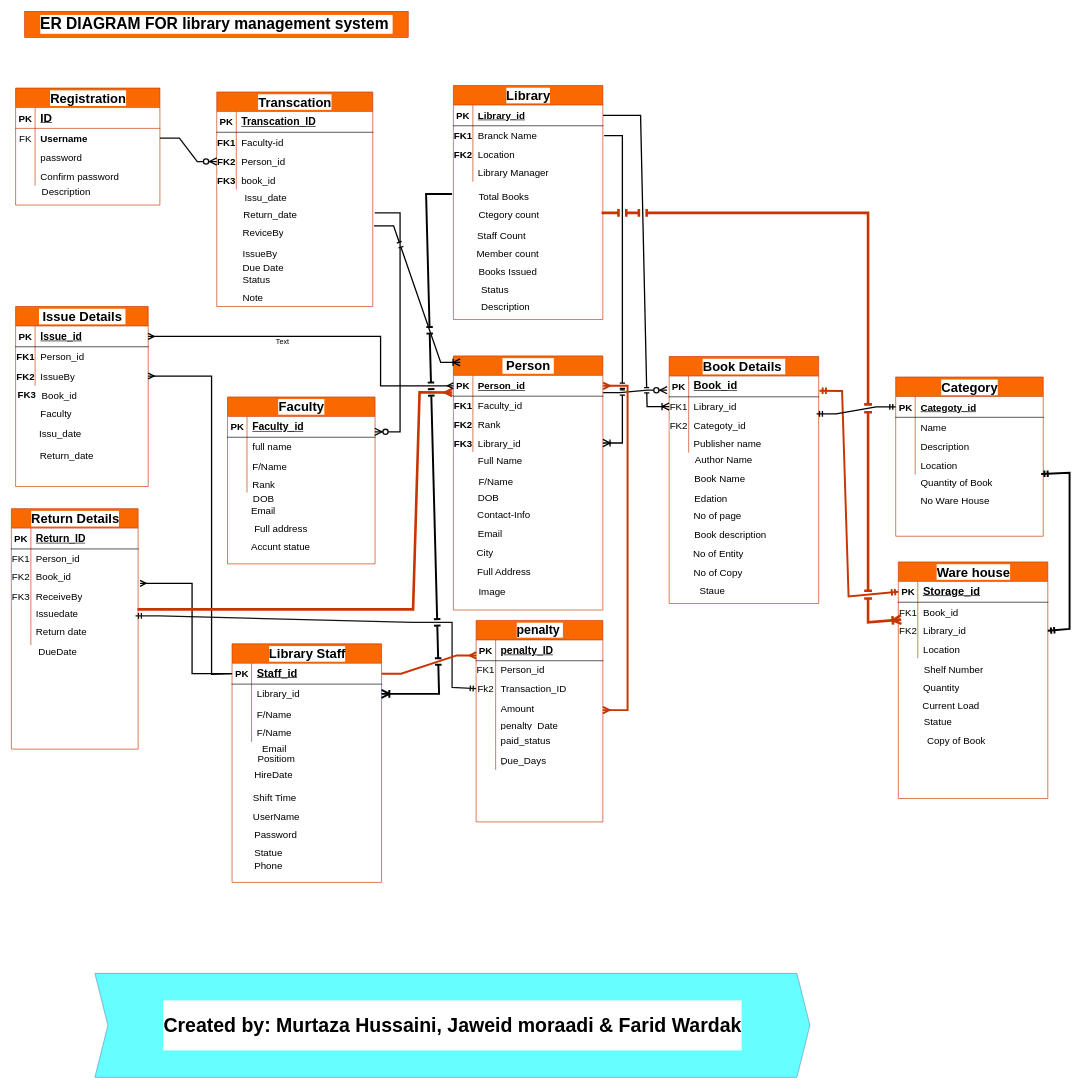
This is ER-Diagram-Library-management-System.drawio from hussaini021/Library_management, a draw.io file, before an edit. Source tidied: cells renumbered, new cells numbered last; positions are measured from the earlier drawing's top-left corner, leaving out a move shared by most shapes. Both pictures are drawn from the tidied source at 65%, with x=0, y=0 at pixel (11, 11).
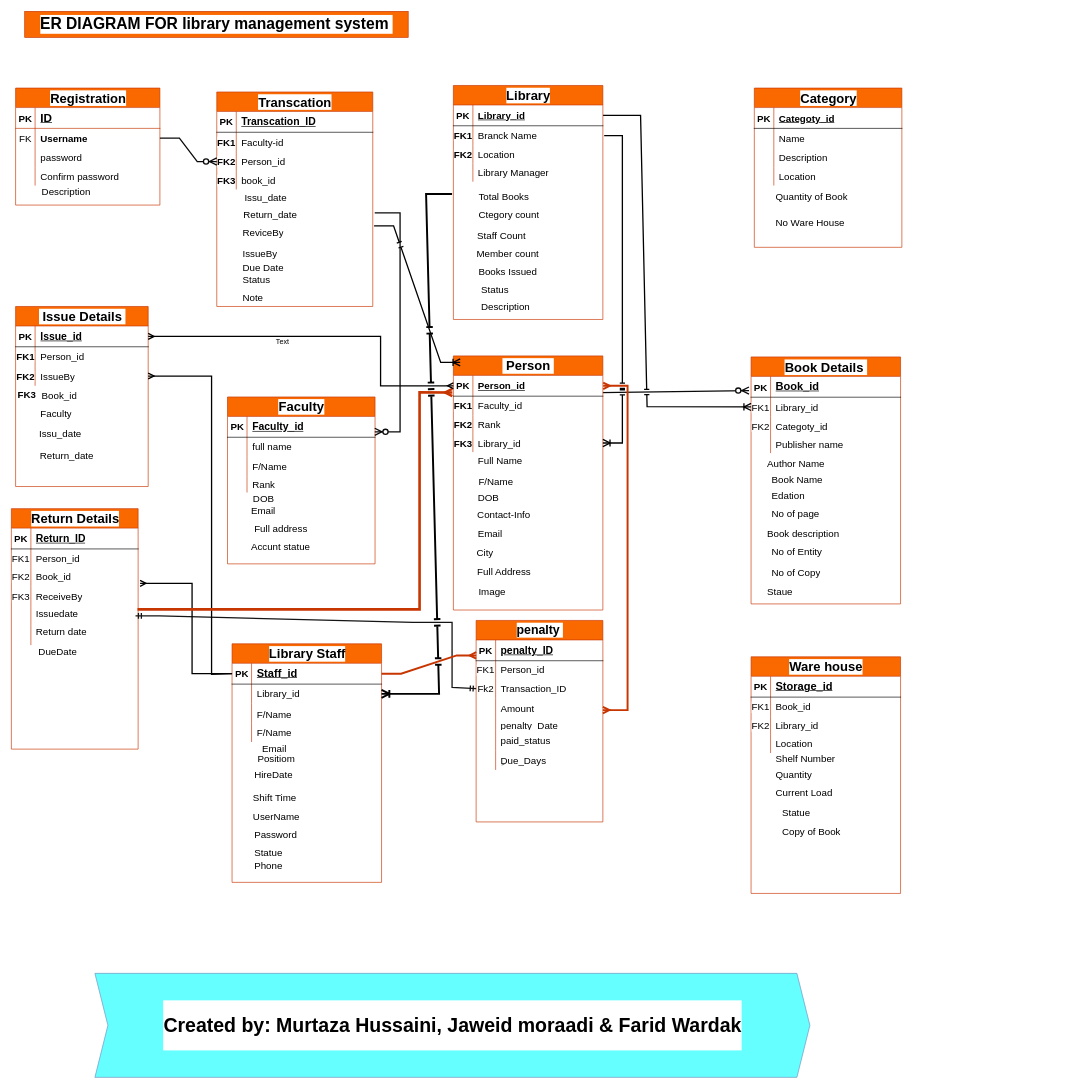
The same page after the edit.

The change refers to these unchanged cells:
```xml
<mxCell id="87" style="shape=tableRow;horizontal=0;startSize=0;swimlaneHead=0;swimlaneBody=0;fillColor=none;points=[[0,0.5],[1,0.5]];portConstraint=eastwest;top=0;left=0;right=0;bottom=1;labelBackgroundColor=#FFFFFF;fontSize=15;" parent="86" vertex="1">
  <mxGeometry y="30" width="230" height="32" as="geometry" />
</mxCell>
<mxCell id="106" style="shape=tableRow;horizontal=0;startSize=0;swimlaneHead=0;swimlaneBody=0;fillColor=none;points=[[0,0.5],[1,0.5]];portConstraint=eastwest;top=0;left=0;right=0;bottom=1;labelBackgroundColor=#FFFFFF;fontSize=15;" parent="105" vertex="1">
  <mxGeometry y="30" width="230" height="32" as="geometry" />
</mxCell>
<mxCell id="109" style="shape=tableRow;horizontal=0;startSize=0;swimlaneHead=0;swimlaneBody=0;fillColor=none;points=[[0,0.5],[1,0.5]];portConstraint=eastwest;top=0;left=0;right=0;bottom=0;labelBackgroundColor=#FFFFFF;fontSize=15;" parent="105" vertex="1">
  <mxGeometry y="62" width="230" height="30" as="geometry" />
</mxCell>
<mxCell id="153" style="shape=tableRow;horizontal=0;startSize=0;swimlaneHead=0;swimlaneBody=0;fillColor=none;points=[[0,0.5],[1,0.5]];portConstraint=eastwest;top=0;left=0;right=0;bottom=1;labelBackgroundColor=#FFFFFF;fontSize=15;" parent="152" vertex="1">
  <mxGeometry y="30" width="230" height="32" as="geometry" />
</mxCell>
<mxCell id="156" style="shape=tableRow;horizontal=0;startSize=0;swimlaneHead=0;swimlaneBody=0;fillColor=none;points=[[0,0.5],[1,0.5]];portConstraint=eastwest;top=0;left=0;right=0;bottom=0;labelBackgroundColor=#FFFFFF;fontSize=15;" parent="152" vertex="1">
  <mxGeometry y="62" width="230" height="30" as="geometry" />
</mxCell>
<mxCell id="159" style="shape=tableRow;horizontal=0;startSize=0;swimlaneHead=0;swimlaneBody=0;fillColor=none;points=[[0,0.5],[1,0.5]];portConstraint=eastwest;top=0;left=0;right=0;bottom=0;labelBackgroundColor=#FFFFFF;fontSize=15;" parent="152" vertex="1">
  <mxGeometry y="92" width="230" height="28" as="geometry" />
</mxCell>
<mxCell id="207" style="shape=tableRow;horizontal=0;startSize=0;swimlaneHead=0;swimlaneBody=0;fillColor=none;points=[[0,0.5],[1,0.5]];portConstraint=eastwest;top=0;left=0;right=0;bottom=1;labelBackgroundColor=#FFFFFF;swimlaneFillColor=default;strokeColor=default;fontSize=15;" parent="206" vertex="1">
  <mxGeometry y="30" width="227" height="32" as="geometry" />
</mxCell>
<mxCell id="216" style="shape=tableRow;horizontal=0;startSize=0;swimlaneHead=0;swimlaneBody=0;fillColor=none;points=[[0,0.5],[1,0.5]];portConstraint=eastwest;top=0;left=0;right=0;bottom=0;labelBackgroundColor=#FFFFFF;swimlaneFillColor=default;strokeColor=default;fontSize=15;" parent="206" vertex="1">
  <mxGeometry y="122" width="227" height="28" as="geometry" />
</mxCell>
```

What changed in the source:
```diff
@@
     <mxCell id="105" value="&lt;font style=&quot;font-size: 20px;&quot;&gt;Book Details&amp;nbsp;&lt;/font&gt;" style="shape=table;startSize=30;childLayout=tableLayout;rowLines=0;fontStyle=1;align=center;html=1;labelBackgroundColor=#FFFFFF;swimlaneFillColor=default;fontSize=15;fillColor=#fa6800;fontColor=#000000;strokeColor=#C73500;" parent="1" vertex="1">
-      <mxGeometry x="1012" y="531" width="230" height="380" as="geometry" />
+      <mxGeometry x="1138" y="531.6" width="230" height="380" as="geometry" />
     </mxCell>
@@
     <mxCell id="118" value="No of page" style="shape=partialRectangle;fillColor=none;top=0;left=0;bottom=0;right=0;align=left;spacingLeft=6;overflow=hidden;whiteSpace=wrap;html=1;labelBackgroundColor=#FFFFFF;fontSize=15;" parent="1" vertex="1">
-      <mxGeometry x="1042" y="761" width="178" height="28" as="geometry" />
+      <mxGeometry x="1161.5" y="759" width="178" height="28" as="geometry" />
     </mxCell>
     <mxCell id="119" value="Book description" style="shape=partialRectangle;fillColor=none;top=0;left=0;bottom=0;right=0;align=left;spacingLeft=6;overflow=hidden;whiteSpace=wrap;html=1;labelBackgroundColor=#FFFFFF;fontSize=15;" parent="1" vertex="1">
-      <mxGeometry x="1043" y="790" width="178" height="28" as="geometry" />
+      <mxGeometry x="1154.5" y="789" width="178" height="28" as="geometry" />
     </mxCell>
     <mxCell id="120" value="Edation" style="shape=partialRectangle;fillColor=none;top=0;left=0;bottom=0;right=0;align=left;spacingLeft=6;overflow=hidden;whiteSpace=wrap;html=1;labelBackgroundColor=#FFFFFF;fontSize=15;" parent="1" vertex="1">
-      <mxGeometry x="1043" y="735" width="239" height="28" as="geometry" />
+      <mxGeometry x="1161.5" y="731" width="239" height="28" as="geometry" />
     </mxCell>
     <mxCell id="121" value="No of Entity" style="shape=partialRectangle;fillColor=none;top=0;left=0;bottom=0;right=0;align=left;spacingLeft=6;overflow=hidden;whiteSpace=wrap;html=1;labelBackgroundColor=#FFFFFF;fontSize=15;" parent="1" vertex="1">
-      <mxGeometry x="1041" y="820" width="178" height="28" as="geometry" />
+      <mxGeometry x="1161.5" y="817" width="178" height="28" as="geometry" />
     </mxCell>
     <mxCell id="122" value="No of Copy" style="shape=partialRectangle;fillColor=none;top=0;left=0;bottom=0;right=0;align=left;spacingLeft=6;overflow=hidden;whiteSpace=wrap;html=1;labelBackgroundColor=#FFFFFF;fontSize=15;" parent="1" vertex="1">
-      <mxGeometry x="1042" y="849" width="178" height="28" as="geometry" />
+      <mxGeometry x="1161.5" y="849" width="178" height="28" as="geometry" />
     </mxCell>
     <mxCell id="123" value="Staue" style="shape=partialRectangle;fillColor=none;top=0;left=0;bottom=0;right=0;align=left;spacingLeft=6;overflow=hidden;whiteSpace=wrap;html=1;labelBackgroundColor=#FFFFFF;fontSize=15;" parent="1" vertex="1">
-      <mxGeometry x="1050.5" y="877" width="178" height="28" as="geometry" />
+      <mxGeometry x="1154.5" y="878" width="178" height="28" as="geometry" />
     </mxCell>
@@
     <mxCell id="152" value="&lt;font style=&quot;font-size: 20px;&quot;&gt;Ware house&lt;/font&gt;" style="shape=table;startSize=30;childLayout=tableLayout;rowLines=0;fontStyle=1;align=center;html=1;labelBackgroundColor=#FFFFFF;swimlaneFillColor=default;fontSize=15;fillColor=#fa6800;fontColor=#000000;strokeColor=#C73500;" parent="1" vertex="1">
-      <mxGeometry x="1364.5" y="847" width="230" height="364" as="geometry" />
+      <mxGeometry x="1138" y="993" width="230" height="364" as="geometry" />
     </mxCell>
@@
     <mxCell id="165" value="Quantity" style="shape=partialRectangle;fillColor=none;top=0;left=0;bottom=0;right=0;align=left;spacingLeft=6;overflow=hidden;whiteSpace=wrap;html=1;labelBackgroundColor=#FFFFFF;fontSize=15;" parent="1" vertex="1">
-      <mxGeometry x="1394.5" y="1026" width="178" height="28" as="geometry" />
+      <mxGeometry x="1168" y="1160" width="178" height="28" as="geometry" />
     </mxCell>
     <mxCell id="166" value="Current Load" style="shape=partialRectangle;fillColor=none;top=0;left=0;bottom=0;right=0;align=left;spacingLeft=6;overflow=hidden;whiteSpace=wrap;html=1;labelBackgroundColor=#FFFFFF;fontSize=15;" parent="1" vertex="1">
-      <mxGeometry x="1393.5" y="1054" width="178" height="28" as="geometry" />
+      <mxGeometry x="1168" y="1188" width="178" height="28" as="geometry" />
     </mxCell>
     <mxCell id="167" value="Statue" style="shape=partialRectangle;fillColor=none;top=0;left=0;bottom=0;right=0;align=left;spacingLeft=6;overflow=hidden;whiteSpace=wrap;html=1;labelBackgroundColor=#FFFFFF;fontSize=15;" parent="1" vertex="1">
-      <mxGeometry x="1396" y="1079" width="178" height="28" as="geometry" />
+      <mxGeometry x="1178" y="1219" width="178" height="28" as="geometry" />
     </mxCell>
@@
     <mxCell id="194" value="Copy of Book" style="shape=partialRectangle;fillColor=none;top=0;left=0;bottom=0;right=0;align=left;spacingLeft=6;overflow=hidden;whiteSpace=wrap;html=1;labelBackgroundColor=#FFFFFF;fontSize=15;" parent="1" vertex="1">
-      <mxGeometry x="1400.5" y="1107" width="178" height="28" as="geometry" />
+      <mxGeometry x="1178" y="1247" width="178" height="28" as="geometry" />
     </mxCell>
-    <mxCell id="195" style="fontSize=12;html=1;endArrow=ERmandOne;startArrow=ERmandOne;rounded=0;entryX=1.005;entryY=0.706;entryDx=0;entryDy=0;strokeWidth=3;exitX=0;exitY=0.5;exitDx=0;exitDy=0;entryPerimeter=0;fillColor=#fa6800;strokeColor=#C73500;" parent="1" edge="1" source="153" target="106">
-      <mxGeometry relative="1" as="geometry">
-        <Array as="points">
-          <mxPoint x="1288" y="900" />
-          <mxPoint x="1278" y="584" />
-        </Array>
-      </mxGeometry>
-    </mxCell>
@@
     <mxCell id="206" value="&lt;font style=&quot;font-size: 20px;&quot;&gt;Category&lt;/font&gt;" style="shape=table;startSize=30;childLayout=tableLayout;rowLines=0;fontStyle=1;align=center;html=1;labelBackgroundColor=#FFFFFF;swimlaneFillColor=default;strokeColor=#C73500;fontSize=15;fillColor=#fa6800;fontColor=#000000;" parent="1" vertex="1">
-      <mxGeometry x="1360.5" y="562.5" width="227" height="245" as="geometry" />
+      <mxGeometry x="1143" y="118" width="227" height="245" as="geometry" />
     </mxCell>
@@
     <mxCell id="219" value="Quantity of Book" style="shape=partialRectangle;fillColor=none;top=0;left=0;bottom=0;right=0;align=left;spacingLeft=6;overflow=hidden;whiteSpace=wrap;html=1;labelBackgroundColor=#FFFFFF;fontSize=15;" parent="1" vertex="1">
-      <mxGeometry x="1390.5" y="711" width="178" height="28" as="geometry" />
+      <mxGeometry x="1167.5" y="270" width="178" height="28" as="geometry" />
     </mxCell>
     <mxCell id="220" value="No Ware House&amp;nbsp;" style="shape=partialRectangle;fillColor=none;top=0;left=0;bottom=0;right=0;align=left;spacingLeft=6;overflow=hidden;whiteSpace=wrap;html=1;labelBackgroundColor=#FFFFFF;fontSize=15;" parent="1" vertex="1">
-      <mxGeometry x="1390.5" y="739" width="178" height="28" as="geometry" />
+      <mxGeometry x="1168" y="310" width="178" height="28" as="geometry" />
     </mxCell>
     <mxCell id="221" value="Book Name" style="shape=partialRectangle;fillColor=none;top=0;left=0;bottom=0;right=0;align=left;spacingLeft=6;overflow=hidden;whiteSpace=wrap;html=1;labelBackgroundColor=#FFFFFF;fontSize=15;" parent="1" vertex="1">
-      <mxGeometry x="1043" y="705" width="239" height="28" as="geometry" />
+      <mxGeometry x="1161.5" y="706" width="239" height="28" as="geometry" />
     </mxCell>
-    <mxCell id="222" style="edgeStyle=entityRelationEdgeStyle;fontSize=12;html=1;endArrow=ERmandOne;startArrow=ERmandOne;rounded=0;entryX=0;entryY=0.5;entryDx=0;entryDy=0;exitX=0.986;exitY=0.876;exitDx=0;exitDy=0;exitPerimeter=0;strokeWidth=2;" parent="1" edge="1" source="109" target="207">
-      <mxGeometry relative="1" as="geometry" />
-    </mxCell>
-    <mxCell id="223" style="fontSize=12;html=1;endArrow=ERmandOne;startArrow=ERmandOne;rounded=0;entryX=0.986;entryY=0.97;entryDx=0;entryDy=0;strokeWidth=3;exitX=1;exitY=0.5;exitDx=0;exitDy=0;entryPerimeter=0;" parent="1" edge="1" source="159" target="216">
-      <mxGeometry relative="1" as="geometry">
-        <Array as="points">
-          <mxPoint x="1628" y="950" />
-          <mxPoint x="1628" y="710" />
-        </Array>
-      </mxGeometry>
-    </mxCell>
     <mxCell id="224" style="fontSize=12;html=1;endArrow=ERmany;rounded=0;entryX=-0.007;entryY=0.822;entryDx=0;entryDy=0;strokeWidth=4;entryPerimeter=0;fillColor=#fa6800;strokeColor=#C73500;" parent="1" edge="1" target="87">
       <mxGeometry relative="1" as="geometry">
         <mxPoint x="194" y="920" as="sourcePoint" />
         <Array as="points">
           <mxPoint x="238" y="920" />
-          <mxPoint x="618" y="920" />
+          <mxPoint x="628" y="920" />
           <mxPoint x="628" y="586" />
         </Array>
       </mxGeometry>
     </mxCell>
@@
     <mxCell id="247" value="Author Name" style="shape=partialRectangle;fillColor=none;top=0;left=0;bottom=0;right=0;align=left;spacingLeft=6;overflow=hidden;whiteSpace=wrap;html=1;labelBackgroundColor=#FFFFFF;fontSize=15;" parent="1" vertex="1">
-      <mxGeometry x="1043.5" y="675.8" width="239" height="28" as="geometry" />
+      <mxGeometry x="1154.5" y="681" width="239" height="28" as="geometry" />
     </mxCell>
@@
     <mxCell id="249" value="Shelf Number" style="shape=partialRectangle;fillColor=none;top=0;left=0;bottom=0;right=0;align=left;spacingLeft=6;overflow=hidden;whiteSpace=wrap;html=1;labelBackgroundColor=#FFFFFF;fontSize=15;" parent="1" vertex="1">
-      <mxGeometry x="1396" y="998" width="178" height="28" as="geometry" />
+      <mxGeometry x="1167.5" y="1135" width="178" height="28" as="geometry" />
     </mxCell>
@@
-    <mxCell id="253" style="fontSize=12;html=1;endArrow=ERoneToMany;startArrow=none;rounded=0;labelBackgroundColor=light-dark(#171616, #121212);verticalAlign=middle;fontFamily=Verdana;labelBorderColor=default;textShadow=0;startFill=0;endSize=8;startSize=8;targetPerimeterSpacing=2;sourcePerimeterSpacing=2;strokeColor=#C73500;jumpStyle=line;strokeWidth=4;fillColor=#fa6800;entryX=0.019;entryY=0.893;entryDx=0;entryDy=0;entryPerimeter=0;" parent="1" edge="1" target="156">
-      <mxGeometry relative="1" as="geometry">
-        <mxPoint x="908" y="310" as="sourcePoint" />
-        <Array as="points">
-          <mxPoint x="1318" y="310" />
-          <mxPoint x="1318" y="940" />
-        </Array>
-      </mxGeometry>
-    </mxCell>
```
